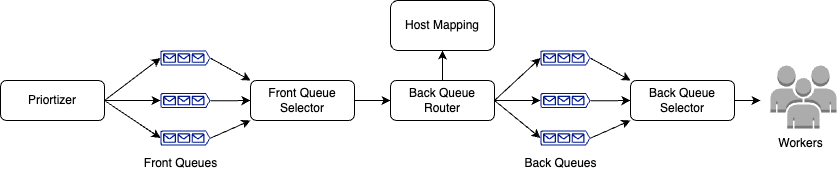
This is images/URLfrontier.png from muskan70/HLDSolutions, a draw.io export, as it was before one commit. Source tidied: cells renumbered, new cells last; positions are measured from the earlier drawing's top-left corner, leaving out a move shared by most shapes.
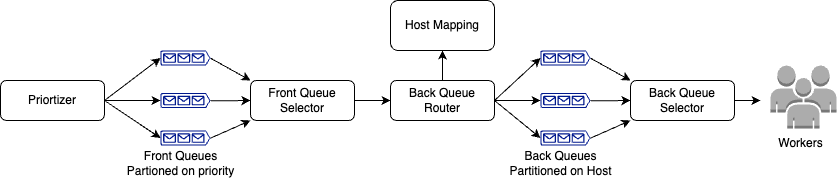
Above is the later version.

Change to the diagram source:
```diff
@@ -92,11 +92,11 @@
     <mxCell id="29" value="Workers" style="text;html=1;align=center;verticalAlign=middle;strokeColor=none;fillColor=none;" parent="1" vertex="1">
       <mxGeometry x="765" y="128" width="70" height="30" as="geometry" />
     </mxCell>
-    <mxCell id="30" value="Front Queues" style="text;html=1;align=center;verticalAlign=middle;strokeColor=none;fillColor=none;" parent="1" vertex="1">
-      <mxGeometry x="130" y="148" width="100" height="30" as="geometry" />
+    <mxCell id="30" value="Front Queues&lt;div&gt;Partioned on priority&lt;/div&gt;" style="text;html=1;align=center;verticalAlign=middle;strokeColor=none;fillColor=none;" parent="1" vertex="1">
+      <mxGeometry x="115" y="143" width="130" height="40" as="geometry" />
     </mxCell>
-    <mxCell id="31" value="Back Queues" style="text;html=1;align=center;verticalAlign=middle;strokeColor=none;fillColor=none;" parent="1" vertex="1">
-      <mxGeometry x="510" y="148" width="100" height="30" as="geometry" />
+    <mxCell id="31" value="Back Queues&lt;div&gt;Partitioned on Host&lt;/div&gt;" style="text;html=1;align=center;verticalAlign=middle;strokeColor=none;fillColor=none;" parent="1" vertex="1">
+      <mxGeometry x="495" y="143" width="130" height="40" as="geometry" />
     </mxCell>
   </root>
 </mxGraphModel>
```
